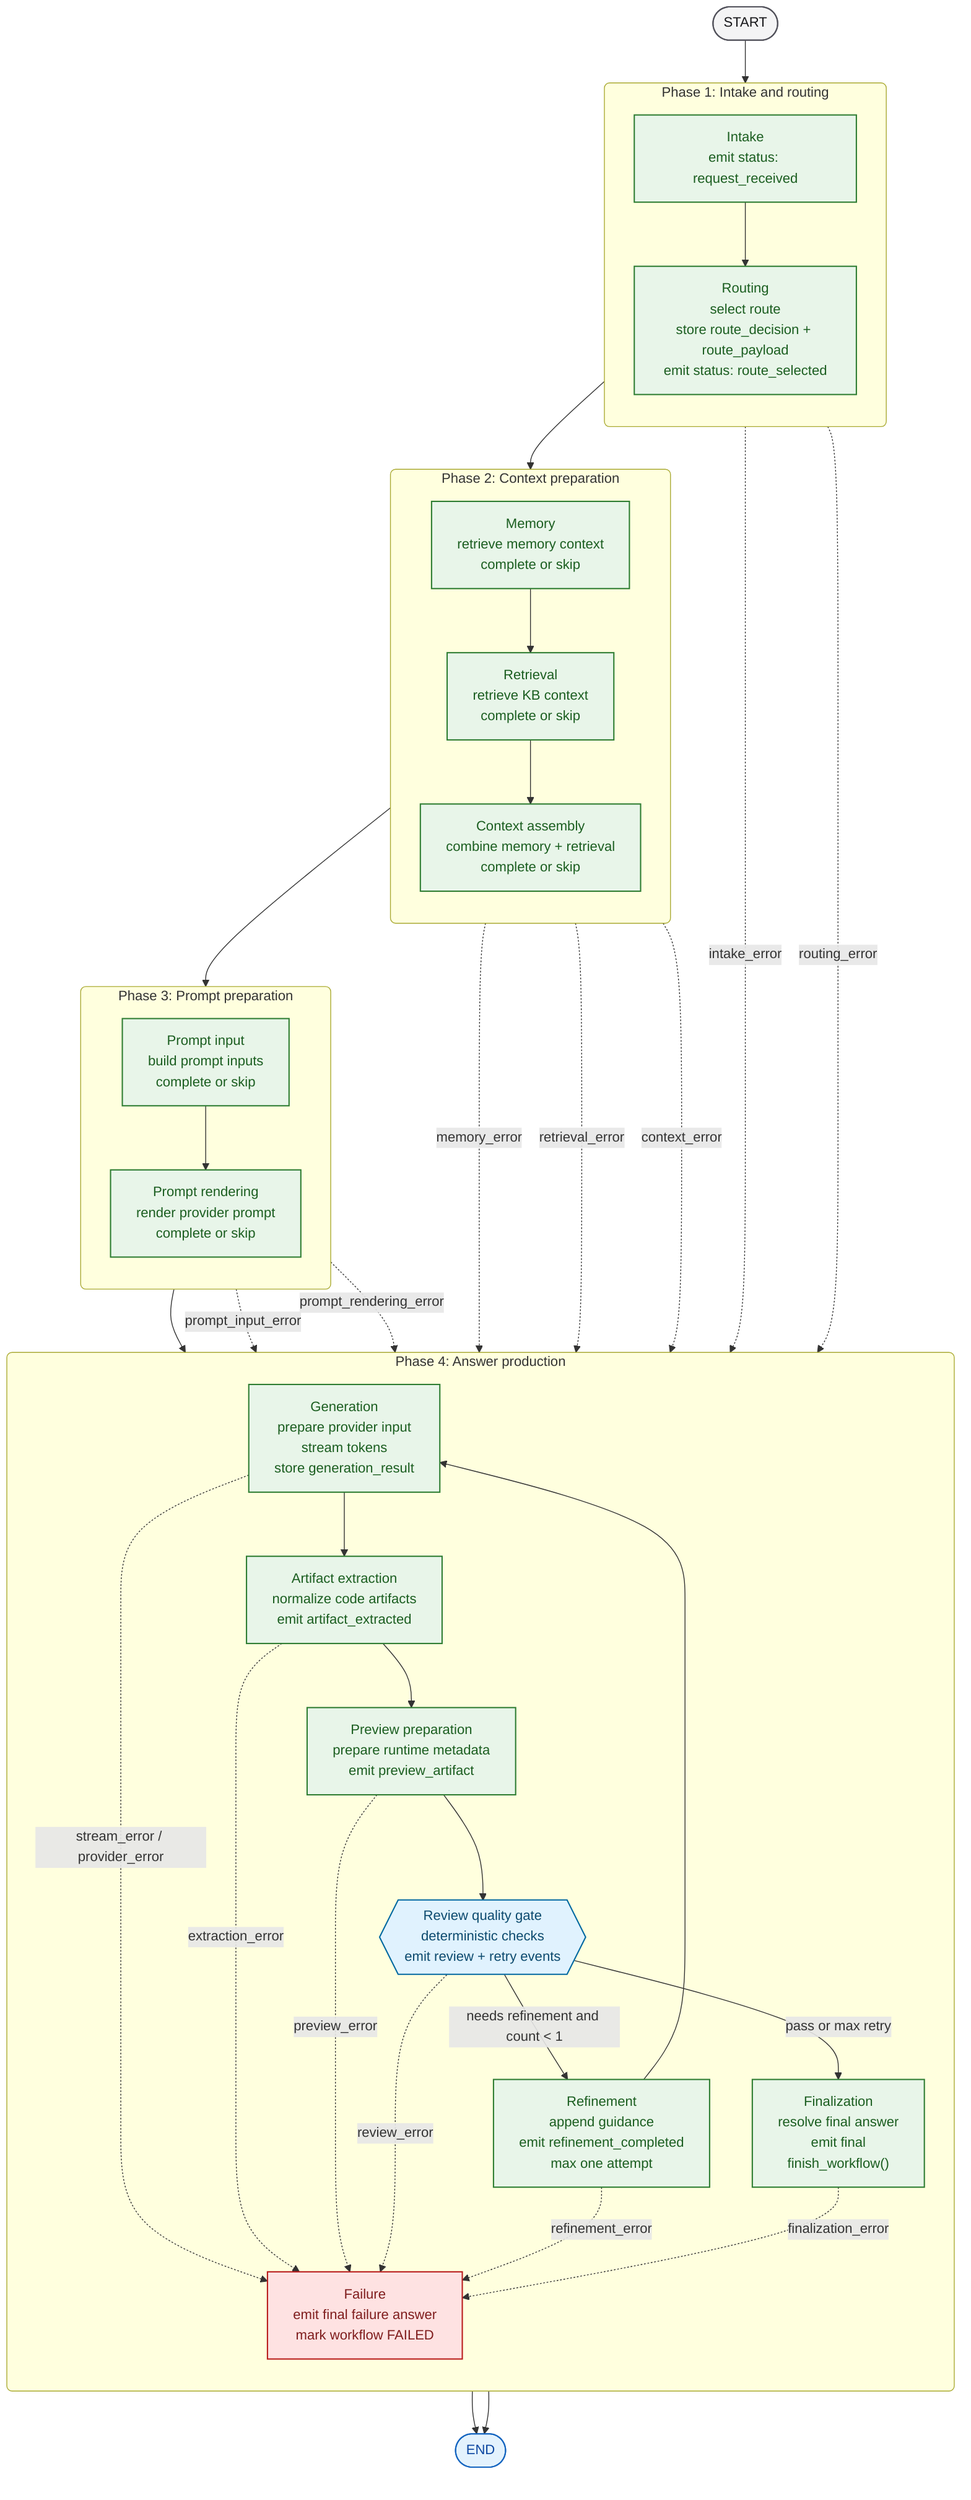
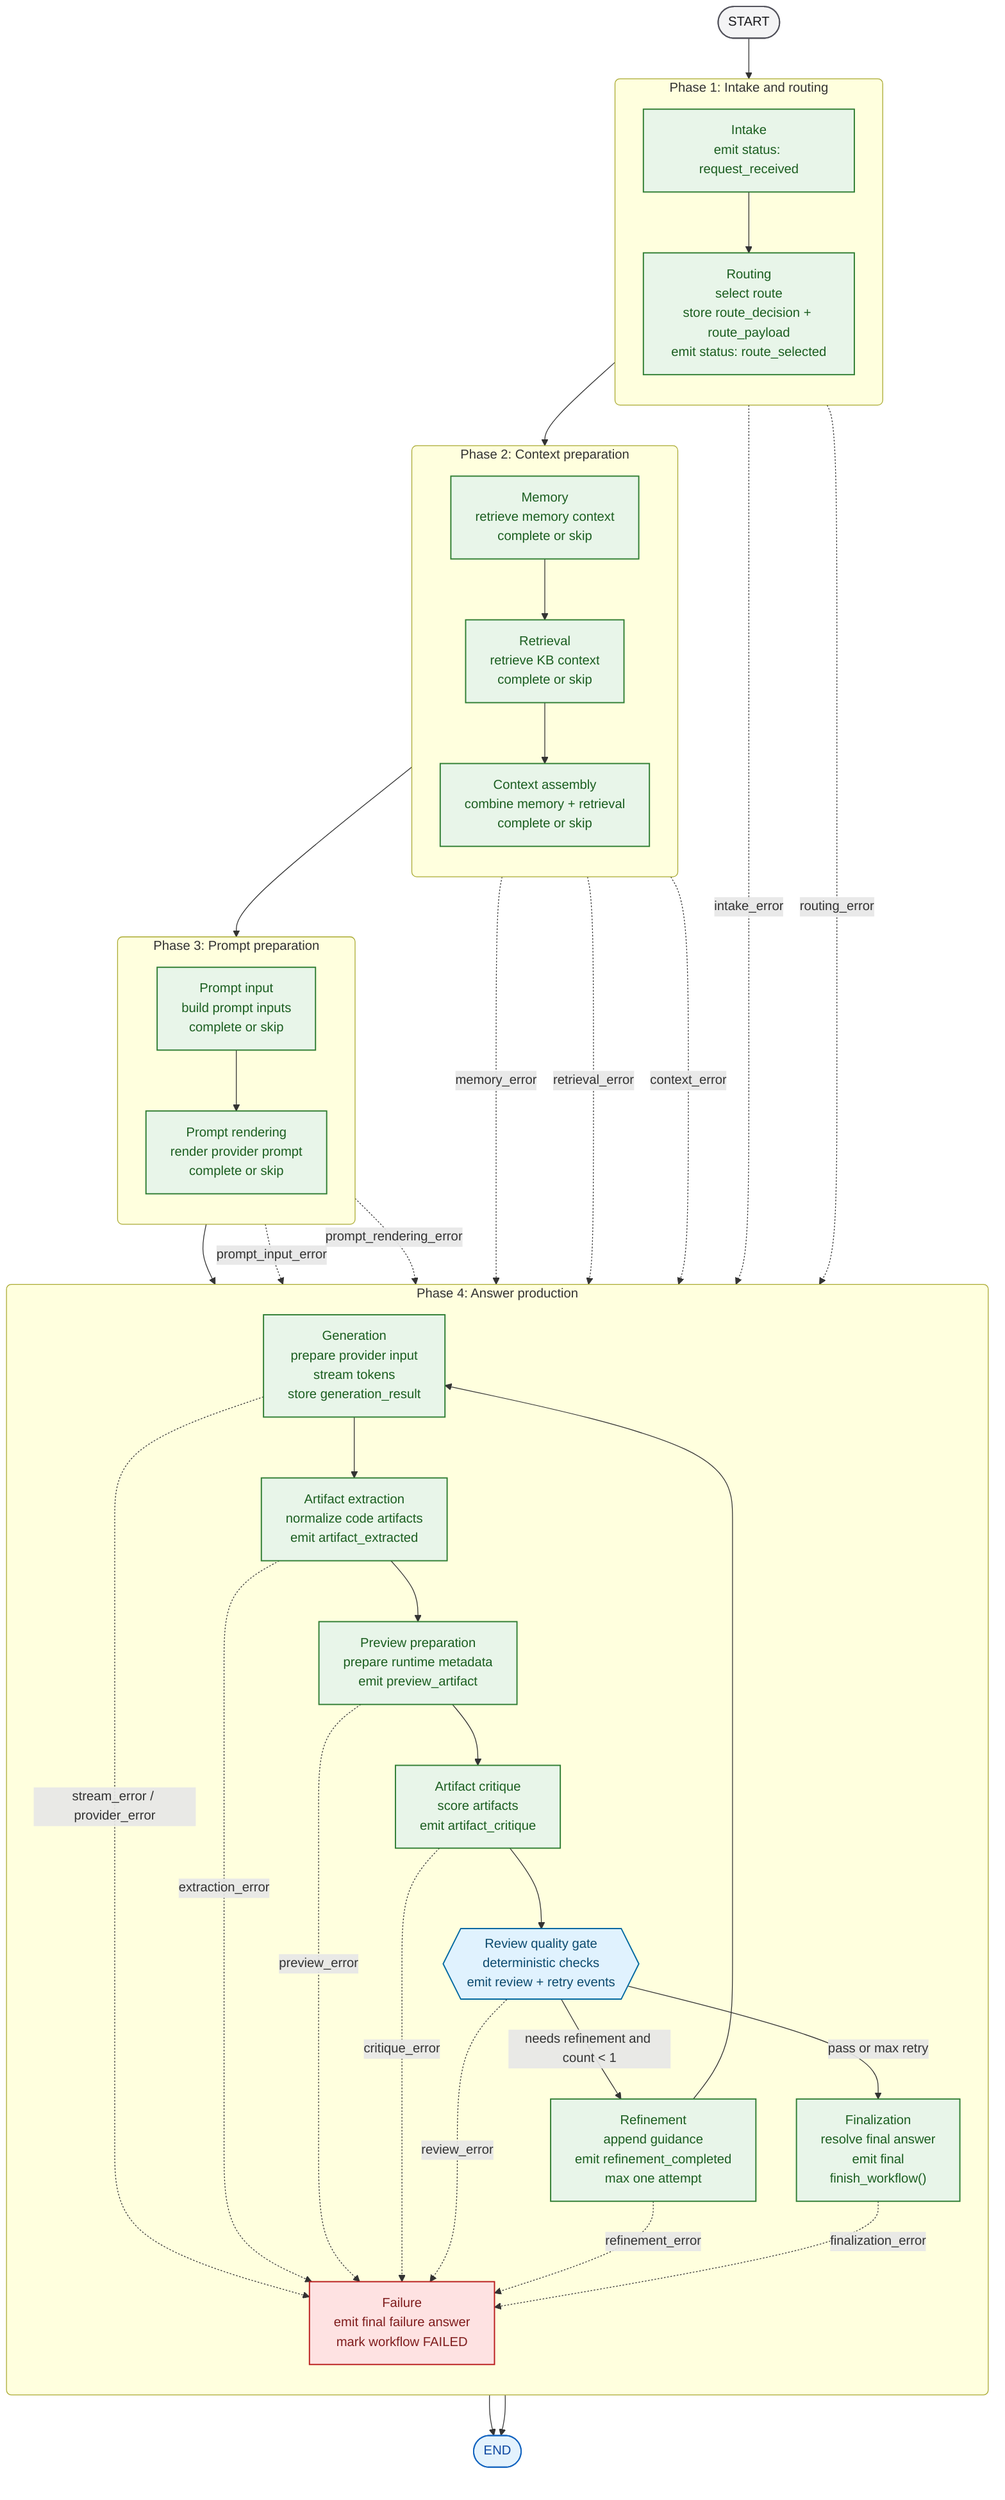
flowchart TB
    classDef boundary fill:#F4F4F5,stroke:#52525B,color:#18181B,stroke-width:1.5px;
    classDef implemented fill:#E8F5E9,stroke:#2E7D32,color:#1B5E20,stroke-width:1.5px;
    classDef gate fill:#E0F2FE,stroke:#0369A1,color:#0C4A6E,stroke-width:1.5px;
    classDef failure fill:#FEE2E2,stroke:#B91C1C,color:#7F1D1D,stroke-width:1.5px;
    classDef terminal fill:#E3F2FD,stroke:#1565C0,color:#0D47A1,stroke-width:1.5px;

    start([START])
    finish([END])

    subgraph phase_1["Phase 1: Intake and routing"]
        direction TB
        intake["Intake<br/>emit status: request_received"]
        routing["Routing<br/>select route<br/>store route_decision + route_payload<br/>emit status: route_selected"]
    end

    subgraph phase_2["Phase 2: Context preparation"]
        direction TB
        memory["Memory<br/>retrieve memory context<br/>complete or skip"]
        retrieval["Retrieval<br/>retrieve KB context<br/>complete or skip"]
        context_assembly["Context assembly<br/>combine memory + retrieval<br/>complete or skip"]
    end

    subgraph phase_3["Phase 3: Prompt preparation"]
        direction TB
        prompt_input["Prompt input<br/>build prompt inputs<br/>complete or skip"]
        prompt_rendering["Prompt rendering<br/>render provider prompt<br/>complete or skip"]
    end

    subgraph phase_4["Phase 4: Answer production"]
        direction TB
        generation["Generation<br/>prepare provider input<br/>stream tokens<br/>store generation_result"]
        artifact_extraction["Artifact extraction<br/>normalize code artifacts<br/>emit artifact_extracted"]
        preview_preparation["Preview preparation<br/>prepare runtime metadata<br/>emit preview_artifact"]
+         artifact_critique["Artifact critique<br/>score artifacts<br/>emit artifact_critique"]
        review{{"Review quality gate<br/>deterministic checks<br/>emit review + retry events"}}
        refinement["Refinement<br/>append guidance<br/>emit refinement_completed<br/>max one attempt"]
        finalization["Finalization<br/>resolve final answer<br/>emit final<br/>finish_workflow()"]
        failure["Failure<br/>emit final failure answer<br/>mark workflow FAILED"]
    end

-     start --> intake --> routing --> memory --> retrieval --> context_assembly --> prompt_input --> prompt_rendering --> generation --> artifact_extraction --> preview_preparation --> review
+     start --> intake --> routing --> memory --> retrieval --> context_assembly --> prompt_input --> prompt_rendering --> generation --> artifact_extraction --> preview_preparation --> artifact_critique --> review
    review -->|"pass or max retry"| finalization --> finish
    review -->|"needs refinement and count < 1"| refinement --> generation
    intake -. intake_error .-> failure
    routing -. routing_error .-> failure
    memory -. memory_error .-> failure
    retrieval -. retrieval_error .-> failure
    context_assembly -. context_error .-> failure
    prompt_input -. prompt_input_error .-> failure
    prompt_rendering -. prompt_rendering_error .-> failure
    generation -. stream_error / provider_error .-> failure
    artifact_extraction -. extraction_error .-> failure
    preview_preparation -. preview_error .-> failure
+     artifact_critique -. critique_error .-> failure
    review -. review_error .-> failure
    refinement -. refinement_error .-> failure
    finalization -. finalization_error .-> failure
    failure --> finish

    class start boundary
    class finish terminal
-     class intake,routing,memory,retrieval,context_assembly,prompt_input,prompt_rendering,generation,artifact_extraction,preview_preparation,refinement,finalization implemented
+     class intake,routing,memory,retrieval,context_assembly,prompt_input,prompt_rendering,generation,artifact_extraction,preview_preparation,artifact_critique,refinement,finalization implemented
    class review gate
    class failure failure
    style phase_1 rx:6px,ry:6px
    style phase_2 rx:6px,ry:6px
    style phase_3 rx:6px,ry:6px
    style phase_4 rx:6px,ry:6px
